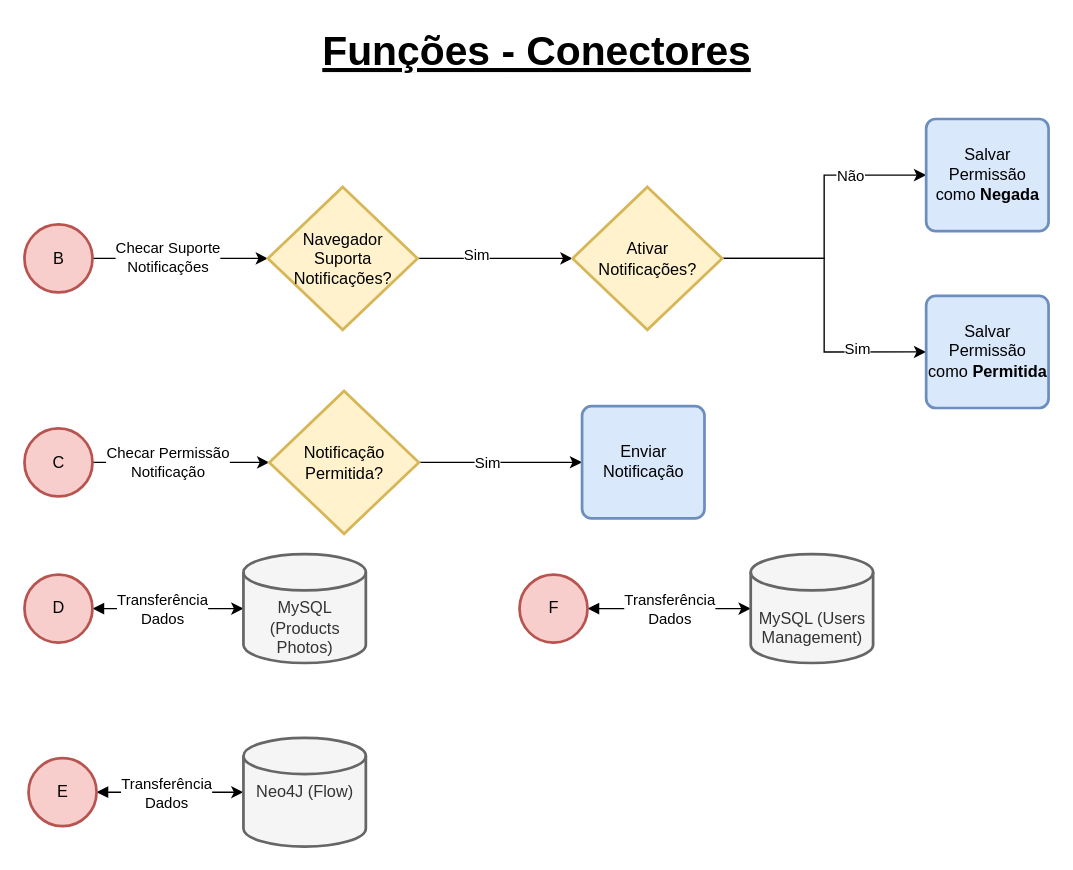
Before: page "Flow Functions" (1 of 16) of APS.drawio in CSFelix/UML, a draw.io diagram. Source tidied: cells renumbered, new cells numbered last; positions are measured from the earlier drawing's top-left corner, leaving out a move shared by most shapes. Both pictures are drawn from the tidied source at 136%, with x=0, y=0 at pixel (23, 23).
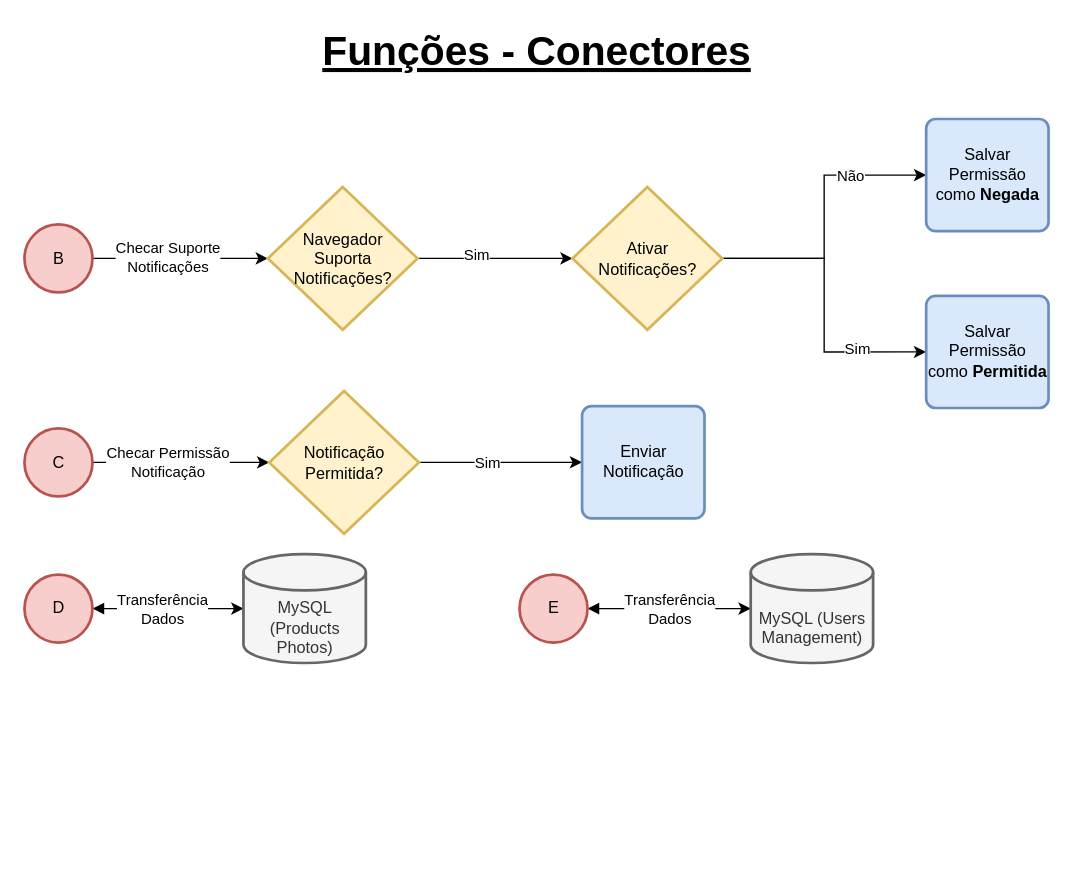
The same page after the edit.

Change to the diagram source:
```diff
@@
-    <mxCell id="23" style="edgeStyle=orthogonalEdgeStyle;rounded=0;jettySize=auto;html=1;entryX=0;entryY=0.5;entryDx=0;entryDy=0;entryPerimeter=0;startArrow=block;startFill=1;" parent="1" edge="1" source="25" target="33">
-      <mxGeometry relative="1" as="geometry" />
-    </mxCell>
-    <mxCell id="24" value="Transferência&lt;br&gt;Dados" style="edgeLabel;html=1;align=center;verticalAlign=middle;" parent="23" vertex="1">
-      <mxGeometry x="-0.2" y="2" relative="1" as="geometry">
-        <mxPoint x="8" y="2" as="offset" />
-      </mxGeometry>
-    </mxCell>
-    <mxCell id="25" value="E" style="strokeWidth=2;html=1;shape=mxgraph.flowchart.start_2;whiteSpace=wrap;fillColor=#f8cecc;strokeColor=#b85450;" parent="1" vertex="1">
-      <mxGeometry x="3.5" y="540" width="50" height="50" as="geometry" />
-    </mxCell>
@@
-    <mxCell id="28" value="F" style="strokeWidth=2;html=1;shape=mxgraph.flowchart.start_2;whiteSpace=wrap;fillColor=#f8cecc;strokeColor=#b85450;" parent="1" vertex="1">
+    <mxCell id="28" value="E" style="strokeWidth=2;html=1;shape=mxgraph.flowchart.start_2;whiteSpace=wrap;fillColor=#f8cecc;strokeColor=#b85450;" parent="1" vertex="1">
       <mxGeometry x="364.5" y="405" width="50" height="50" as="geometry" />
     </mxCell>
@@
-    <mxCell id="33" value="Neo4J (Flow)" style="strokeWidth=2;html=1;shape=mxgraph.flowchart.database;whiteSpace=wrap;fillColor=#f5f5f5;strokeColor=#666666;fontColor=#333333;" parent="1" vertex="1">
-      <mxGeometry x="161.5" y="525" width="90" height="80" as="geometry" />
-    </mxCell>
```
